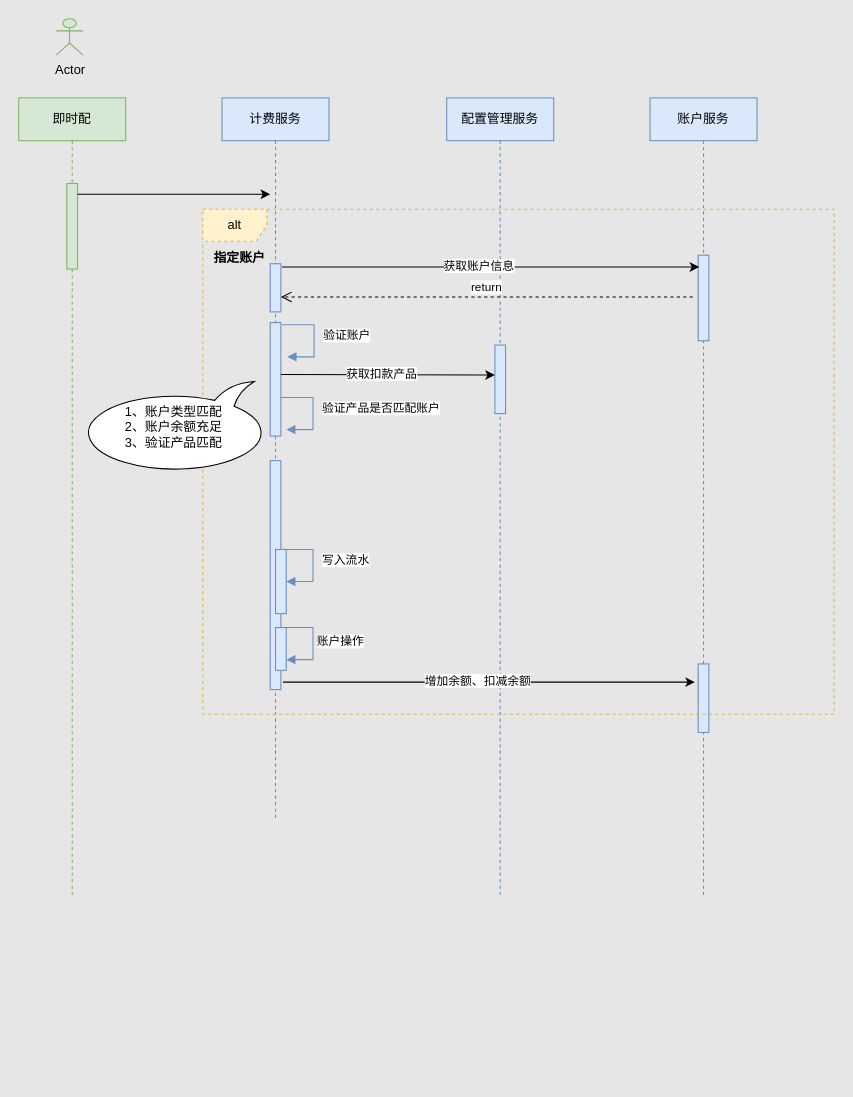
This is page "计费 的副本" (5 of 8) of 订单业务架构.drawio from unclequentin/diagrams, a draw.io file, before an edit. Source tidied: cells renumbered, new cells numbered last; positions are measured from the earlier drawing's top-left corner, leaving out a move shared by most shapes. Both pictures are drawn from the tidied source at 107%, with x=0, y=0 at pixel (18, 18).
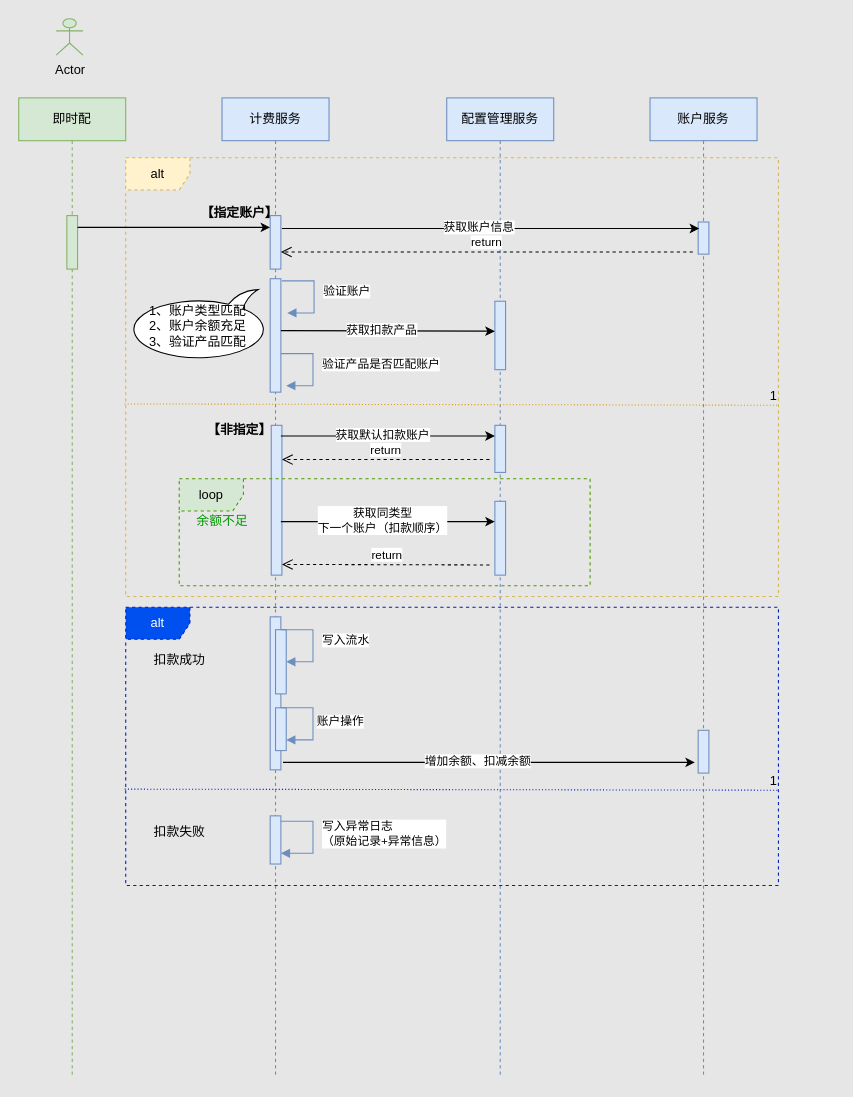
The same page after the edit.

Commit message:
更新订单业务架构.drawio

The edit, as a diff of the source:
```diff
@@
     <mxCell id="2" value="即时配" style="shape=umlLifeline;perimeter=lifelinePerimeter;whiteSpace=wrap;html=1;newEdgeStyle={&quot;edgeStyle&quot;:&quot;elbowEdgeStyle&quot;,&quot;elbow&quot;:&quot;vertical&quot;,&quot;curved&quot;:0,&quot;rounded&quot;:0};fillColor=#d5e8d4;strokeColor=#82b366;" parent="1" vertex="1">
-      <mxGeometry y="74" width="100" height="746" as="geometry" />
+      <mxGeometry y="74" width="100" height="916" as="geometry" />
     </mxCell>
     <mxCell id="3" style="html=1;perimeter=orthogonalPerimeter;targetShapes=umlLifeline;newEdgeStyle={&quot;edgeStyle&quot;:&quot;elbowEdgeStyle&quot;,&quot;elbow&quot;:&quot;vertical&quot;,&quot;curved&quot;:0,&quot;rounded&quot;:0};fillColor=#d5e8d4;strokeColor=#82b366;" parent="2" vertex="1">
-      <mxGeometry x="45" y="80" width="10" height="80" as="geometry" />
+      <mxGeometry x="45" y="110" width="10" height="50" as="geometry" />
     </mxCell>
     <mxCell id="4" value="计费服务" style="shape=umlLifeline;perimeter=lifelinePerimeter;whiteSpace=wrap;html=1;newEdgeStyle={&quot;edgeStyle&quot;:&quot;elbowEdgeStyle&quot;,&quot;elbow&quot;:&quot;vertical&quot;,&quot;curved&quot;:0,&quot;rounded&quot;:0};fillColor=#dae8fc;strokeColor=#6c8ebf;" parent="1" vertex="1">
-      <mxGeometry x="190" y="74" width="100" height="675" as="geometry" />
+      <mxGeometry x="190" y="74" width="100" height="916" as="geometry" />
     </mxCell>
     <mxCell id="5" style="html=1;points=[];perimeter=orthogonalPerimeter;outlineConnect=0;targetShapes=umlLifeline;portConstraint=eastwest;newEdgeStyle={&quot;edgeStyle&quot;:&quot;elbowEdgeStyle&quot;,&quot;elbow&quot;:&quot;vertical&quot;,&quot;curved&quot;:0,&quot;rounded&quot;:0};fillColor=#dae8fc;strokeColor=#6c8ebf;" parent="4" vertex="1">
-      <mxGeometry x="45" y="155" width="10" height="45" as="geometry" />
+      <mxGeometry x="45" y="110" width="10" height="50" as="geometry" />
     </mxCell>
     <mxCell id="6" style="html=1;perimeter=orthogonalPerimeter;targetShapes=umlLifeline;newEdgeStyle={&quot;edgeStyle&quot;:&quot;elbowEdgeStyle&quot;,&quot;elbow&quot;:&quot;vertical&quot;,&quot;curved&quot;:0,&quot;rounded&quot;:0};fillColor=#dae8fc;strokeColor=#6c8ebf;" parent="4" vertex="1">
-      <mxGeometry x="45" y="339" width="10" height="214" as="geometry" />
+      <mxGeometry x="45" y="485" width="10" height="143" as="geometry" />
     </mxCell>
     <mxCell id="7" value="配置管理服务" style="shape=umlLifeline;perimeter=lifelinePerimeter;whiteSpace=wrap;html=1;newEdgeStyle={&quot;edgeStyle&quot;:&quot;elbowEdgeStyle&quot;,&quot;elbow&quot;:&quot;vertical&quot;,&quot;curved&quot;:0,&quot;rounded&quot;:0};fillColor=#dae8fc;strokeColor=#6c8ebf;" parent="1" vertex="1">
-      <mxGeometry x="400" y="74" width="100" height="746" as="geometry" />
+      <mxGeometry x="400" y="74" width="100" height="916" as="geometry" />
     </mxCell>
+    <mxCell id="31" style="html=1;perimeter=orthogonalPerimeter;targetShapes=umlLifeline;newEdgeStyle={&quot;edgeStyle&quot;:&quot;elbowEdgeStyle&quot;,&quot;elbow&quot;:&quot;vertical&quot;,&quot;curved&quot;:0,&quot;rounded&quot;:0};fillColor=#dae8fc;strokeColor=#6c8ebf;" parent="7" vertex="1">
+      <mxGeometry x="45" y="306" width="10" height="44" as="geometry" />
+    </mxCell>
     <mxCell id="8" value="账户服务" style="shape=umlLifeline;perimeter=lifelinePerimeter;whiteSpace=wrap;html=1;newEdgeStyle={&quot;edgeStyle&quot;:&quot;elbowEdgeStyle&quot;,&quot;elbow&quot;:&quot;vertical&quot;,&quot;curved&quot;:0,&quot;rounded&quot;:0};fillColor=#dae8fc;strokeColor=#6c8ebf;" parent="1" vertex="1">
-      <mxGeometry x="590" y="74" width="100" height="746" as="geometry" />
+      <mxGeometry x="590" y="74" width="100" height="916" as="geometry" />
     </mxCell>
     <mxCell id="9" style="html=1;perimeter=orthogonalPerimeter;targetShapes=umlLifeline;newEdgeStyle={&quot;edgeStyle&quot;:&quot;elbowEdgeStyle&quot;,&quot;elbow&quot;:&quot;vertical&quot;,&quot;curved&quot;:0,&quot;rounded&quot;:0};fillColor=#dae8fc;strokeColor=#6c8ebf;" parent="8" vertex="1">
-      <mxGeometry x="45" y="529" width="10" height="64" as="geometry" />
+      <mxGeometry x="45" y="591" width="10" height="40" as="geometry" />
     </mxCell>
@@
     <mxCell id="11" value="alt" style="shape=umlFrame;whiteSpace=wrap;html=1;fillColor=#fff2cc;strokeColor=#d6b656;gradientColor=none;dashed=1;" parent="1" vertex="1">
-      <mxGeometry x="172" y="178" width="590" height="472" as="geometry" />
+      <mxGeometry x="100" y="130" width="610" height="410" as="geometry" />
     </mxCell>
     <mxCell id="12" style="edgeStyle=elbowEdgeStyle;rounded=0;orthogonalLoop=1;jettySize=auto;html=1;elbow=vertical;curved=0;" parent="1" edge="1">
       <mxGeometry relative="1" as="geometry">
-        <mxPoint x="55" y="164" as="sourcePoint" />
-        <mxPoint x="235" y="164" as="targetPoint" />
+        <mxPoint x="55" y="195" as="sourcePoint" />
+        <mxPoint x="235" y="195" as="targetPoint" />
       </mxGeometry>
     </mxCell>
     <mxCell id="13" style="html=1;perimeter=orthogonalPerimeter;targetShapes=umlLifeline;newEdgeStyle={&quot;edgeStyle&quot;:&quot;elbowEdgeStyle&quot;,&quot;elbow&quot;:&quot;vertical&quot;,&quot;curved&quot;:0,&quot;rounded&quot;:0};fillColor=#dae8fc;strokeColor=#6c8ebf;" parent="1" vertex="1">
-      <mxGeometry x="235" y="284" width="10" height="106" as="geometry" />
+      <mxGeometry x="235" y="243" width="10" height="106" as="geometry" />
     </mxCell>
     <mxCell id="14" style="html=1;points=[];perimeter=orthogonalPerimeter;outlineConnect=0;targetShapes=umlLifeline;portConstraint=eastwest;newEdgeStyle={&quot;edgeStyle&quot;:&quot;elbowEdgeStyle&quot;,&quot;elbow&quot;:&quot;vertical&quot;,&quot;curved&quot;:0,&quot;rounded&quot;:0};fillColor=#dae8fc;strokeColor=#6c8ebf;" parent="1" vertex="1">
-      <mxGeometry x="240" y="496" width="10" height="60" as="geometry" />
+      <mxGeometry x="240" y="571" width="10" height="60" as="geometry" />
     </mxCell>
     <mxCell id="15" value="写入流水" style="html=1;align=left;spacingLeft=2;endArrow=block;rounded=0;edgeStyle=orthogonalEdgeStyle;curved=0;rounded=0;fillColor=#dae8fc;strokeColor=#6c8ebf;" parent="1" edge="1" target="14">
       <mxGeometry x="-0.06" y="5" relative="1" as="geometry">
-        <mxPoint x="245" y="496" as="sourcePoint" />
+        <mxPoint x="245" y="571" as="sourcePoint" />
         <Array as="points">
-          <mxPoint x="275" y="526" />
+          <mxPoint x="275" y="601" />
         </Array>
       </mxGeometry>
     </mxCell>
     <mxCell id="16" style="html=1;perimeter=orthogonalPerimeter;targetShapes=umlLifeline;newEdgeStyle={&quot;edgeStyle&quot;:&quot;elbowEdgeStyle&quot;,&quot;elbow&quot;:&quot;vertical&quot;,&quot;curved&quot;:0,&quot;rounded&quot;:0};fillColor=#dae8fc;strokeColor=#6c8ebf;" parent="1" vertex="1">
-      <mxGeometry x="240" y="569" width="10" height="40" as="geometry" />
+      <mxGeometry x="240" y="644" width="10" height="40" as="geometry" />
     </mxCell>
     <mxCell id="17" value="账户操作" style="html=1;align=left;spacingLeft=2;endArrow=block;rounded=0;edgeStyle=orthogonalEdgeStyle;curved=0;rounded=0;fillColor=#dae8fc;strokeColor=#6c8ebf;" parent="1" edge="1">
       <mxGeometry relative="1" as="geometry">
-        <mxPoint x="245" y="569" as="sourcePoint" />
-        <mxPoint x="250" y="599" as="targetPoint" />
+        <mxPoint x="245" y="644" as="sourcePoint" />
+        <mxPoint x="250" y="674" as="targetPoint" />
         <Array as="points">
-          <mxPoint x="275" y="599" />
+          <mxPoint x="275" y="674" />
         </Array>
       </mxGeometry>
     </mxCell>
     <mxCell id="18" style="edgeStyle=elbowEdgeStyle;rounded=0;orthogonalLoop=1;jettySize=auto;html=1;elbow=vertical;curved=0;" parent="1" edge="1">
       <mxGeometry relative="1" as="geometry">
-        <mxPoint x="247" y="620" as="sourcePoint" />
-        <mxPoint x="632" y="620" as="targetPoint" />
+        <mxPoint x="247" y="695" as="sourcePoint" />
+        <mxPoint x="632" y="695" as="targetPoint" />
         <Array as="points">
-          <mxPoint x="547" y="620" />
+          <mxPoint x="547" y="695" />
         </Array>
       </mxGeometry>
     </mxCell>
@@
-    <mxCell id="20" value="&lt;b&gt;指定账户&lt;/b&gt;" style="text;html=1;align=center;verticalAlign=middle;strokeColor=none;fillColor=none;" parent="1" vertex="1">
-      <mxGeometry x="171" y="209" width="70" height="30" as="geometry" />
+    <mxCell id="20" value="&lt;b&gt;【指定账户】&lt;/b&gt;" style="text;html=1;align=center;verticalAlign=middle;strokeColor=none;fillColor=none;" parent="1" vertex="1">
+      <mxGeometry x="156" y="167" width="100" height="30" as="geometry" />
     </mxCell>
     <mxCell id="21" style="html=1;perimeter=orthogonalPerimeter;targetShapes=umlLifeline;newEdgeStyle={&quot;edgeStyle&quot;:&quot;elbowEdgeStyle&quot;,&quot;elbow&quot;:&quot;vertical&quot;,&quot;curved&quot;:0,&quot;rounded&quot;:0};fillColor=#dae8fc;strokeColor=#6c8ebf;" parent="1" vertex="1">
-      <mxGeometry x="635" y="221" width="10" height="80" as="geometry" />
+      <mxGeometry x="635" y="190" width="10" height="30" as="geometry" />
     </mxCell>
     <mxCell id="22" style="edgeStyle=elbowEdgeStyle;rounded=0;orthogonalLoop=1;jettySize=auto;html=1;elbow=vertical;curved=0;" parent="1" edge="1">
       <mxGeometry relative="1" as="geometry">
-        <mxPoint x="246" y="232" as="sourcePoint" />
-        <mxPoint x="636" y="232" as="targetPoint" />
+        <mxPoint x="246" y="196" as="sourcePoint" />
+        <mxPoint x="636" y="196" as="targetPoint" />
       </mxGeometry>
     </mxCell>
@@
-    <mxCell id="24" value="return" style="html=1;verticalAlign=bottom;endArrow=open;dashed=1;endSize=8;edgeStyle=elbowEdgeStyle;elbow=vertical;curved=0;rounded=0;" parent="1" edge="1" target="5">
+    <mxCell id="24" value="return" style="html=1;verticalAlign=bottom;endArrow=open;dashed=1;endSize=8;edgeStyle=elbowEdgeStyle;elbow=vertical;curved=0;rounded=0;" parent="1" edge="1">
       <mxGeometry relative="1" as="geometry">
-        <mxPoint x="630" y="260" as="sourcePoint" />
+        <mxPoint x="630" y="218" as="sourcePoint" />
+        <mxPoint x="245" y="218" as="targetPoint" />
       </mxGeometry>
     </mxCell>
     <mxCell id="25" value="1、账户类型匹配&lt;br&gt;&lt;div style=&quot;&quot;&gt;&lt;span style=&quot;background-color: initial;&quot;&gt;2、账户余额充足&lt;/span&gt;&lt;/div&gt;&lt;div style=&quot;&quot;&gt;&lt;span style=&quot;background-color: initial;&quot;&gt;3、验证产品匹配&lt;/span&gt;&lt;/div&gt;" style="whiteSpace=wrap;html=1;shape=mxgraph.basic.oval_callout;direction=west;align=center;" parent="1" vertex="1">
-      <mxGeometry x="55" y="339" width="180" height="86" as="geometry" />
+      <mxGeometry x="100" y="253" width="135" height="67" as="geometry" />
     </mxCell>
     <mxCell id="26" value="验证账户" style="html=1;align=left;spacingLeft=2;endArrow=block;rounded=0;edgeStyle=orthogonalEdgeStyle;curved=0;rounded=0;fillColor=#dae8fc;strokeColor=#6c8ebf;" parent="1" edge="1">
       <mxGeometry x="-0.06" y="5" relative="1" as="geometry">
-        <mxPoint x="246" y="286" as="sourcePoint" />
-        <mxPoint x="251" y="316" as="targetPoint" />
+        <mxPoint x="246" y="245" as="sourcePoint" />
+        <mxPoint x="251" y="275" as="targetPoint" />
         <Array as="points">
-          <mxPoint x="276" y="316" />
+          <mxPoint x="276" y="275" />
         </Array>
       </mxGeometry>
     </mxCell>
     <mxCell id="27" value="验证产品是否匹配账户" style="html=1;align=left;spacingLeft=2;endArrow=block;rounded=0;edgeStyle=orthogonalEdgeStyle;curved=0;rounded=0;fillColor=#dae8fc;strokeColor=#6c8ebf;" parent="1" edge="1">
       <mxGeometry x="-0.06" y="5" relative="1" as="geometry">
-        <mxPoint x="245" y="354" as="sourcePoint" />
-        <mxPoint x="250" y="384" as="targetPoint" />
+        <mxPoint x="245" y="313" as="sourcePoint" />
+        <mxPoint x="250" y="343" as="targetPoint" />
         <Array as="points">
-          <mxPoint x="275" y="384" />
+          <mxPoint x="275" y="343" />
         </Array>
       </mxGeometry>
     </mxCell>
     <mxCell id="28" style="html=1;points=[];perimeter=orthogonalPerimeter;outlineConnect=0;targetShapes=umlLifeline;portConstraint=eastwest;newEdgeStyle={&quot;edgeStyle&quot;:&quot;elbowEdgeStyle&quot;,&quot;elbow&quot;:&quot;vertical&quot;,&quot;curved&quot;:0,&quot;rounded&quot;:0};fillColor=#dae8fc;strokeColor=#6c8ebf;" parent="1" vertex="1">
-      <mxGeometry x="445" y="305" width="10" height="64" as="geometry" />
+      <mxGeometry x="445" y="264" width="10" height="64" as="geometry" />
     </mxCell>
     <mxCell id="29" style="edgeStyle=elbowEdgeStyle;rounded=0;jettySize=auto;html=1;elbow=vertical;curved=0;" parent="1" edge="1" target="28">
       <mxGeometry relative="1" as="geometry">
-        <mxPoint x="245" y="332.5" as="sourcePoint" />
+        <mxPoint x="245" y="291.5" as="sourcePoint" />
       </mxGeometry>
     </mxCell>
@@
+    <mxCell id="32" style="endArrow=none;html=1;rounded=0;dashed=1;dashPattern=1 2;entryX=1;entryY=0.564;entryDx=0;entryDy=0;entryPerimeter=0;fillColor=#ffe6cc;strokeColor=#d79b00;exitX=-0.002;exitY=0.561;exitDx=0;exitDy=0;exitPerimeter=0;" parent="1" edge="1" source="11" target="11">
+      <mxGeometry relative="1" as="geometry" />
+    </mxCell>
+    <mxCell id="33" value="1" style="html=1;whiteSpace=wrap;align=right;verticalAlign=bottom;" parent="32" vertex="1">
+      <mxGeometry x="1" relative="1" as="geometry" />
+    </mxCell>
+    <mxCell id="34" value="&lt;b&gt;【非指定】&lt;/b&gt;" style="text;html=1;align=center;verticalAlign=middle;strokeColor=none;fillColor=none;" parent="1" vertex="1">
+      <mxGeometry x="166" y="370" width="80" height="30" as="geometry" />
+    </mxCell>
+    <mxCell id="35" style="html=1;perimeter=orthogonalPerimeter;targetShapes=umlLifeline;newEdgeStyle={&quot;edgeStyle&quot;:&quot;elbowEdgeStyle&quot;,&quot;elbow&quot;:&quot;vertical&quot;,&quot;curved&quot;:0,&quot;rounded&quot;:0};fillColor=#dae8fc;strokeColor=#6c8ebf;" parent="1" vertex="1">
+      <mxGeometry x="236" y="380" width="10" height="140" as="geometry" />
+    </mxCell>
+    <mxCell id="36" style="edgeStyle=elbowEdgeStyle;rounded=0;orthogonalLoop=1;jettySize=auto;html=1;elbow=vertical;curved=0;" parent="1" edge="1">
+      <mxGeometry relative="1" as="geometry">
+        <mxPoint x="245" y="390" as="sourcePoint" />
+        <mxPoint x="445" y="390.5" as="targetPoint" />
+      </mxGeometry>
+    </mxCell>
+    <mxCell id="37" value="获取默认扣款账户" style="edgeLabel;html=1;align=center;verticalAlign=middle;" parent="36" vertex="1">
+      <mxGeometry x="-0.06" y="2" relative="1" as="geometry" />
+    </mxCell>
+    <mxCell id="38" value="return" style="html=1;verticalAlign=bottom;endArrow=open;dashed=1;endSize=8;edgeStyle=elbowEdgeStyle;elbow=vertical;curved=0;rounded=0;" parent="1" edge="1">
+      <mxGeometry relative="1" as="geometry">
+        <mxPoint x="440" y="412" as="sourcePoint" />
+        <mxPoint x="246" y="411.5" as="targetPoint" />
+      </mxGeometry>
+    </mxCell>
+    <mxCell id="39" style="html=1;perimeter=orthogonalPerimeter;targetShapes=umlLifeline;newEdgeStyle={&quot;edgeStyle&quot;:&quot;elbowEdgeStyle&quot;,&quot;elbow&quot;:&quot;vertical&quot;,&quot;curved&quot;:0,&quot;rounded&quot;:0};fillColor=#dae8fc;strokeColor=#6c8ebf;" parent="1" vertex="1">
+      <mxGeometry x="445" y="451" width="10" height="69" as="geometry" />
+    </mxCell>
+    <mxCell id="40" style="edgeStyle=elbowEdgeStyle;rounded=0;orthogonalLoop=1;jettySize=auto;html=1;elbow=vertical;curved=0;" parent="1" edge="1">
+      <mxGeometry relative="1" as="geometry">
+        <mxPoint x="245" y="470" as="sourcePoint" />
+        <mxPoint x="445" y="470.5" as="targetPoint" />
+      </mxGeometry>
+    </mxCell>
+    <mxCell id="41" value="获取同类型&lt;br&gt;下一个账户（扣款顺序）" style="edgeLabel;html=1;align=center;verticalAlign=middle;" parent="40" vertex="1">
+      <mxGeometry x="-0.06" y="2" relative="1" as="geometry" />
+    </mxCell>
+    <mxCell id="42" value="loop" style="shape=umlFrame;whiteSpace=wrap;html=1;fillColor=#d5e8d4;strokeColor=#4D9900;dashed=1;" parent="1" vertex="1">
+      <mxGeometry x="150" y="430" width="384" height="100" as="geometry" />
+    </mxCell>
+    <mxCell id="43" value="&lt;font color=&quot;#009900&quot;&gt;余额不足&lt;/font&gt;" style="text;html=1;align=center;verticalAlign=middle;strokeColor=none;fillColor=none;" parent="1" vertex="1">
+      <mxGeometry x="155" y="455" width="70" height="30" as="geometry" />
+    </mxCell>
+    <mxCell id="44" value="return" style="html=1;verticalAlign=bottom;endArrow=open;dashed=1;endSize=8;edgeStyle=elbowEdgeStyle;elbow=vertical;curved=0;rounded=0;" parent="1" edge="1">
+      <mxGeometry relative="1" as="geometry">
+        <mxPoint x="440" y="510.5" as="sourcePoint" />
+        <mxPoint x="246" y="510" as="targetPoint" />
+      </mxGeometry>
+    </mxCell>
+    <mxCell id="45" value="alt" style="shape=umlFrame;whiteSpace=wrap;html=1;fillColor=#0050ef;strokeColor=#001DBC;dashed=1;fontColor=#ffffff;" parent="1" vertex="1">
+      <mxGeometry x="100" y="550" width="610" height="260" as="geometry" />
+    </mxCell>
+    <mxCell id="46" value="扣款成功" style="text;html=1;align=center;verticalAlign=middle;strokeColor=none;fillColor=none;" parent="1" vertex="1">
+      <mxGeometry x="115" y="585" width="70" height="30" as="geometry" />
+    </mxCell>
+    <mxCell id="47" style="endArrow=none;html=1;rounded=0;dashed=1;dashPattern=1 2;entryX=1;entryY=0.564;entryDx=0;entryDy=0;entryPerimeter=0;fillColor=#0050ef;strokeColor=#001DBC;exitX=-0.002;exitY=0.561;exitDx=0;exitDy=0;exitPerimeter=0;" parent="1" edge="1">
+      <mxGeometry relative="1" as="geometry">
+        <mxPoint x="99" y="720" as="sourcePoint" />
+        <mxPoint x="710" y="721" as="targetPoint" />
+      </mxGeometry>
+    </mxCell>
+    <mxCell id="48" value="1" style="html=1;whiteSpace=wrap;align=right;verticalAlign=bottom;" parent="47" vertex="1">
+      <mxGeometry x="1" relative="1" as="geometry" />
+    </mxCell>
+    <mxCell id="49" style="html=1;points=[];perimeter=orthogonalPerimeter;outlineConnect=0;targetShapes=umlLifeline;portConstraint=eastwest;newEdgeStyle={&quot;edgeStyle&quot;:&quot;elbowEdgeStyle&quot;,&quot;elbow&quot;:&quot;vertical&quot;,&quot;curved&quot;:0,&quot;rounded&quot;:0};fillColor=#dae8fc;strokeColor=#6c8ebf;" parent="1" vertex="1">
+      <mxGeometry x="235" y="745" width="10" height="45" as="geometry" />
+    </mxCell>
+    <mxCell id="50" value="写入异常日志&lt;br&gt;（原始记录+异常信息）" style="html=1;align=left;spacingLeft=2;endArrow=block;rounded=0;edgeStyle=orthogonalEdgeStyle;curved=0;rounded=0;fillColor=#dae8fc;strokeColor=#6c8ebf;" parent="1" edge="1" target="49">
+      <mxGeometry x="-0.06" y="5" relative="1" as="geometry">
+        <mxPoint x="245" y="750" as="sourcePoint" />
+        <Array as="points">
+          <mxPoint x="275" y="750" />
+          <mxPoint x="275" y="780" />
+        </Array>
+      </mxGeometry>
+    </mxCell>
+    <mxCell id="51" value="扣款失败" style="text;html=1;align=center;verticalAlign=middle;strokeColor=none;fillColor=none;" parent="1" vertex="1">
+      <mxGeometry x="115" y="745" width="70" height="30" as="geometry" />
+    </mxCell>
```
